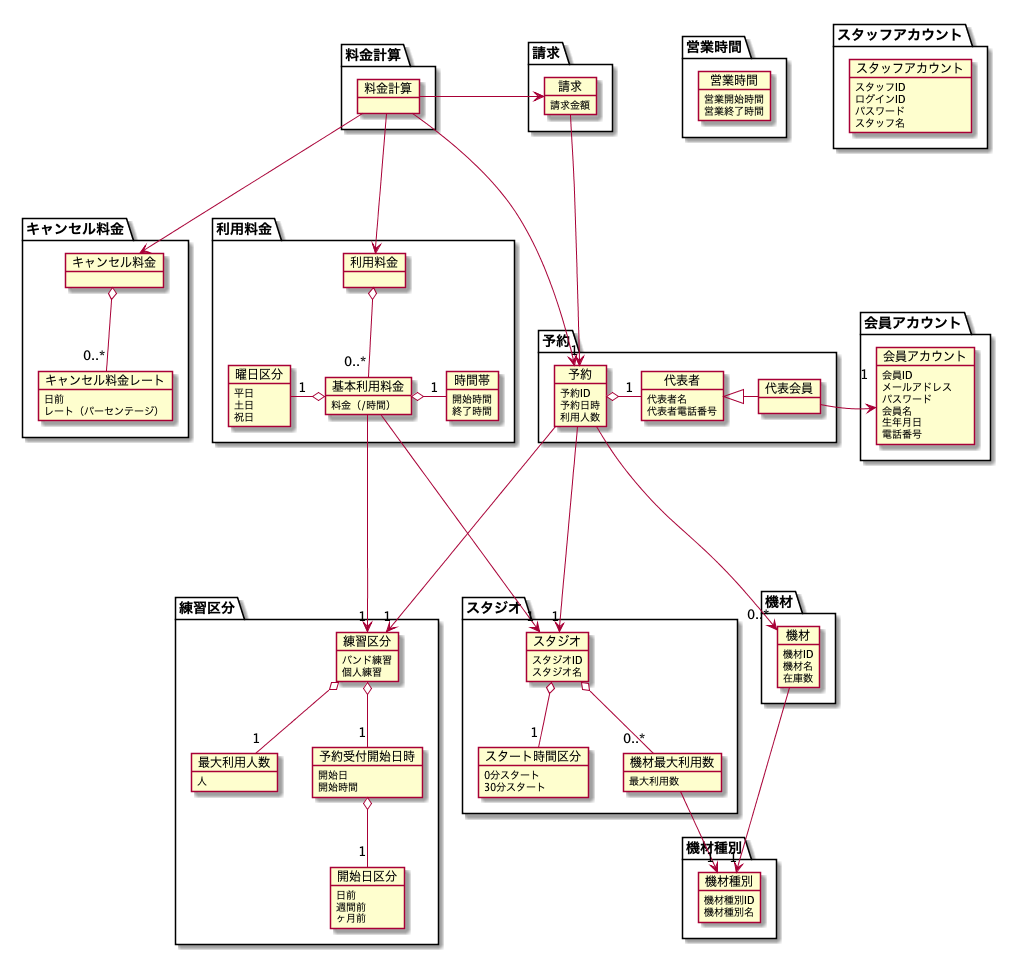
Earlier version of the PlantUML export modeling/07_DomainModel/DomainModel.png (TakashiOnawa/ddd-practice-studio-reservation). The source it was exported from:
```plantuml
@startuml DomainModel

package 予約 {
    object 予約 {
        予約ID
        予約日時
        利用人数
    }

    object 代表者 {
        代表者名
        代表者電話番号
    }

    object 代表会員 {
    }
}

package 練習区分 {
    object 練習区分 {
        バンド練習
        個人練習
    }

    object 最大利用人数 {
        人
    }

    object 予約受付開始日時 {
        開始日
        開始時間
    }

    object 開始日区分 {
        日前
        週間前
        ヶ月前
    }
}

package スタジオ {
    object スタジオ {
        スタジオID
        スタジオ名
    }

    object スタート時間区分 {
        0分スタート
        30分スタート
    }

    object 機材最大利用数 {
        最大利用数
    }
}

package 機材 {
    object 機材 {
        機材ID
        機材名
        在庫数
    }
}

package 機材種別 {
    object 機材種別 {
        機材種別ID
        機材種別名
    }
}

package キャンセル料金 {
    object キャンセル料金 {
    }

    object キャンセル料金レート {
        日前
        レート（パーセンテージ）
    }
}

package 営業時間 {
    object 営業時間 {
        営業開始時間
        営業終了時間
    }
}

package 会員アカウント {
    object 会員アカウント {
        会員ID
        メールアドレス
        パスワード
        会員名
        生年月日
        電話番号
    }
}

package スタッフアカウント {
    object スタッフアカウント {
        スタッフID
        ログインID
        パスワード
        スタッフ名
    }
}

package 利用料金 {
    object 利用料金 {
    }

    object 基本利用料金 {
        料金（/時間）
    }

    object 曜日区分 {
        平日
        土日
        祝日
    }

    object 時間帯 {
        開始時間
        終了時間
    }
}

package 料金計算 {
    object 料金計算 {
    }
}

package 請求 {
    object 請求 {
        請求金額
    }
}

予約 ----> "1" スタジオ
予約 ----> "0..*" 機材
予約 ----> "1" 練習区分
予約 o- "1" 代表者

代表者 <|- 代表会員
代表会員 -> "1" 会員アカウント

スタジオ o-- "1" スタート時間区分
スタジオ o-- "0..*" 機材最大利用数

機材最大利用数 --> "1" 機材種別

機材 ---> "1" 機材種別

練習区分 o-- "1" 最大利用人数
練習区分 o-- "1" 予約受付開始日時
予約受付開始日時 o-- "1" 開始日区分

キャンセル料金 o-- "0..*" キャンセル料金レート

利用料金 o-- "0..*" 基本利用料金
基本利用料金 ----> "1" 練習区分
基本利用料金 ----> "1" スタジオ
基本利用料金 o-left- "1" 曜日区分
基本利用料金 o-right- "1" 時間帯

請求 ---> "1" 予約
料金計算 ---> 予約
料金計算 ---> 利用料金
料金計算 -left-> 請求
料金計算 ---> キャンセル料金

@enduml
```
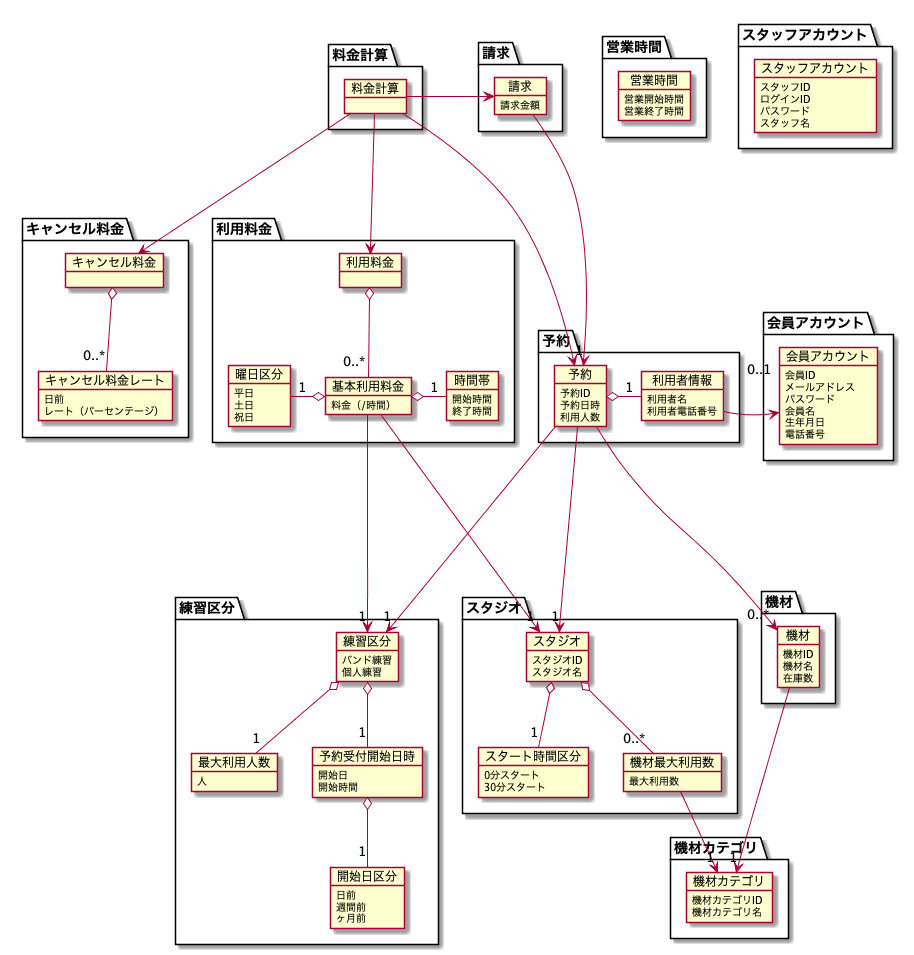
The same diagram one commit later.

The edit, as a diff of the source:
```diff
@@ -7,12 +7,9 @@
         利用人数
     }
 
-    object 代表者 {
-        代表者名
-        代表者電話番号
-    }
-
-    object 代表会員 {
+    object 利用者情報 {
+        利用者名
+        利用者電話番号
     }
 }
 
@@ -62,10 +59,10 @@
     }
 }
 
-package 機材種別 {
-    object 機材種別 {
-        機材種別ID
-        機材種別名
+package 機材カテゴリ {
+    object 機材カテゴリ {
+        機材カテゴリID
+        機材カテゴリ名
     }
 }
 
@@ -140,17 +137,15 @@
 予約 ----> "1" スタジオ
 予約 ----> "0..*" 機材
 予約 ----> "1" 練習区分
-予約 o- "1" 代表者
-
-代表者 <|- 代表会員
-代表会員 -> "1" 会員アカウント
+予約 o- "1" 利用者情報
+利用者情報 -> "0..1" 会員アカウント
 
 スタジオ o-- "1" スタート時間区分
 スタジオ o-- "0..*" 機材最大利用数
 
-機材最大利用数 --> "1" 機材種別
+機材最大利用数 --> "1" 機材カテゴリ
 
-機材 ---> "1" 機材種別
+機材 ---> "1" 機材カテゴリ
 
 練習区分 o-- "1" 最大利用人数
 練習区分 o-- "1" 予約受付開始日時
```
